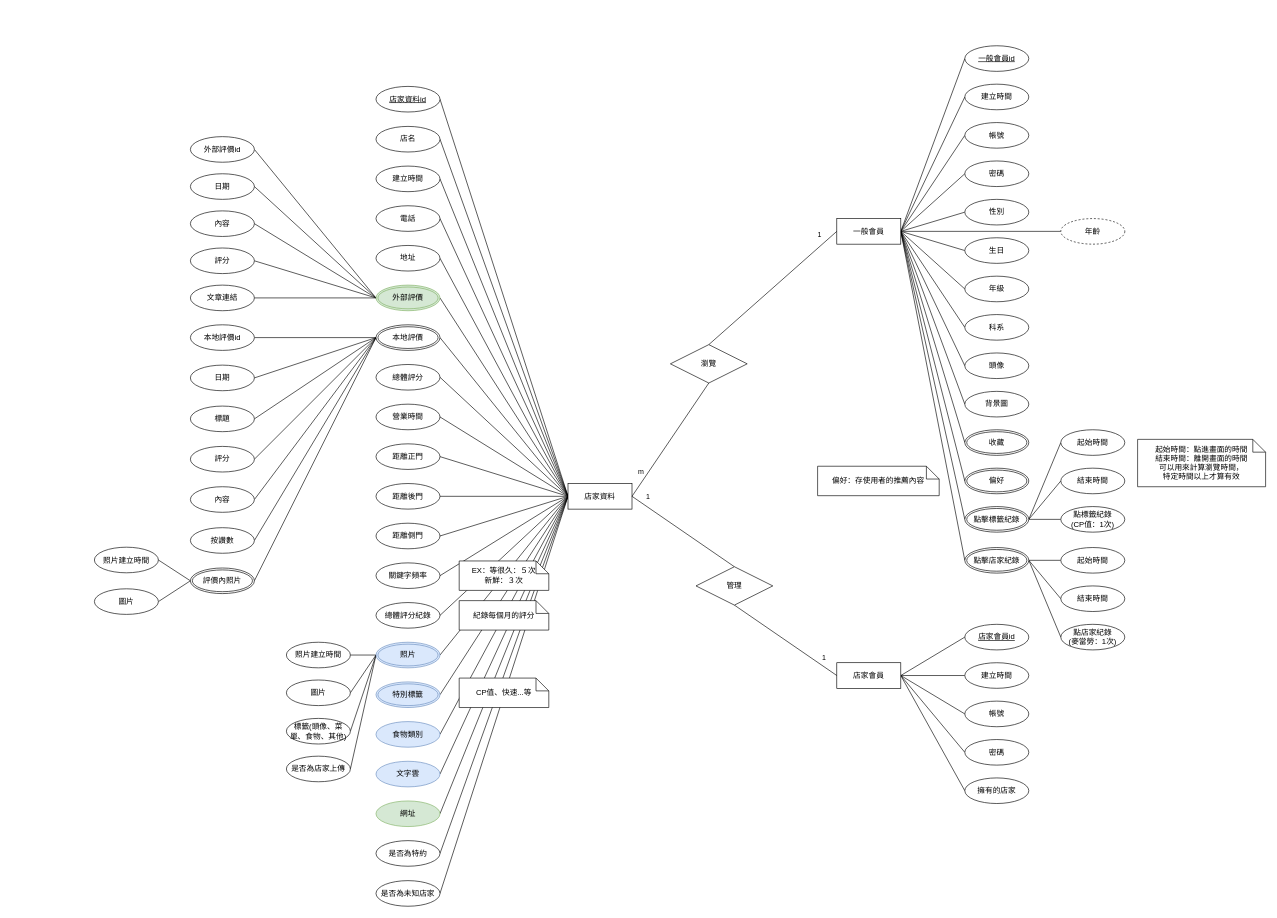
project-hungry-don-t-care-food/111402 keeps this draw.io diagram as 檔案繳交/資料庫/ERM/10846043_ERM.drawio. Above is the earlier version. Source tidied: cells renumbered, new cells numbered last; positions are measured from the earlier drawing's top-left corner, leaving out a move shared by most shapes. Both pictures are drawn from the tidied source at 64%, with x=0, y=0 at pixel (94, 45).
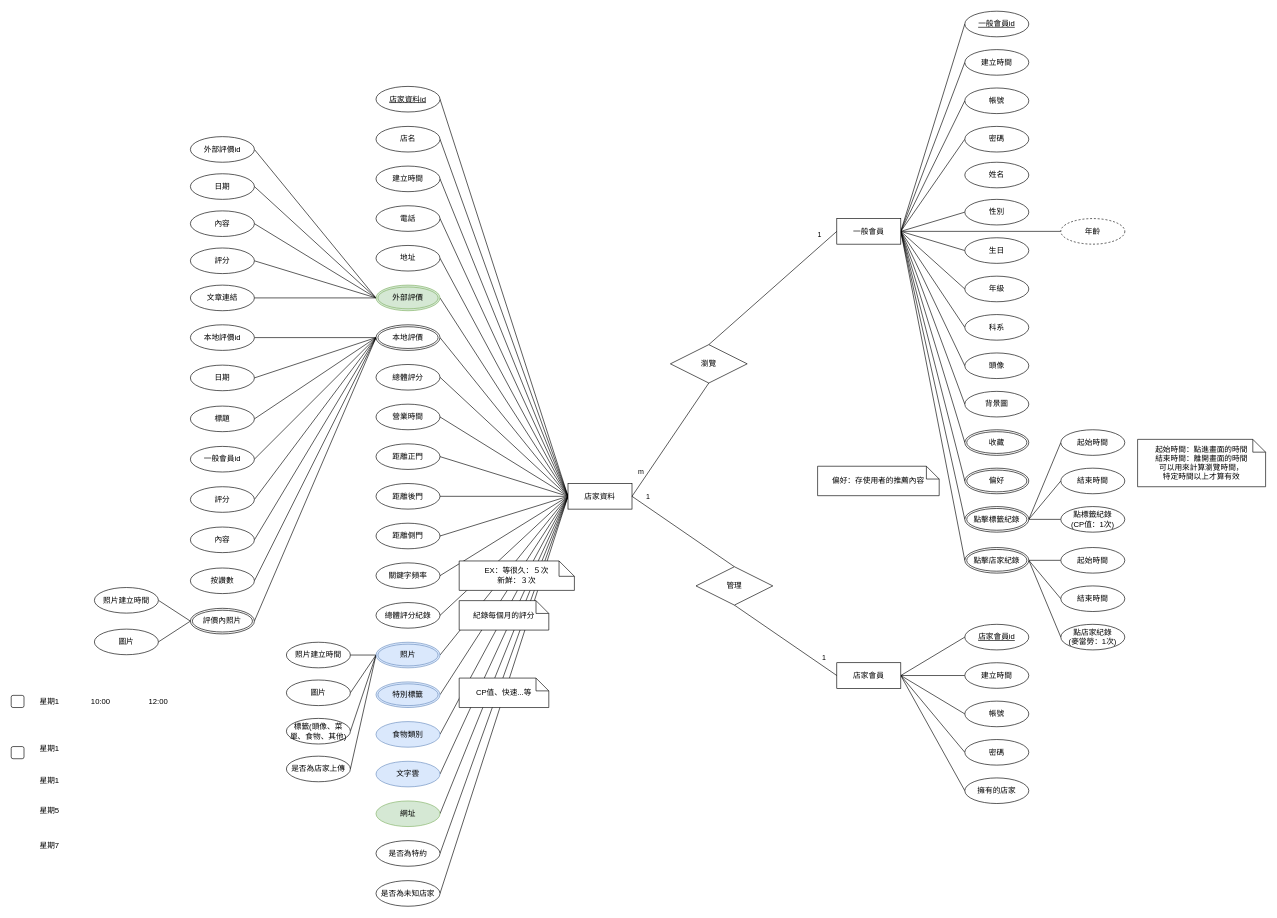
The same diagram, later.

Unchanged cells that the change refers to:
```xml
<mxCell id="103" value="本地評價" style="ellipse;shape=doubleEllipse;margin=3;whiteSpace=wrap;html=1;align=center;" parent="1" vertex="1">
  <mxGeometry x="440" y="436" width="100" height="40" as="geometry" />
</mxCell>
```

What changed in the source:
```diff
@@
     <mxCell id="59" value="密碼" style="ellipse;whiteSpace=wrap;html=1;align=center;flipV=1;flipH=1;" parent="1" vertex="1">
-      <mxGeometry x="1360" y="180" width="100" height="40" as="geometry" />
+      <mxGeometry x="1360" y="126" width="100" height="40" as="geometry" />
     </mxCell>
     <mxCell id="60" value="帳號" style="ellipse;whiteSpace=wrap;html=1;align=center;flipV=1;flipH=1;" parent="1" vertex="1">
-      <mxGeometry x="1360" y="120" width="100" height="40" as="geometry" />
+      <mxGeometry x="1360" y="66" width="100" height="40" as="geometry" />
     </mxCell>
@@
     <mxCell id="77" value="一般會員id" style="ellipse;whiteSpace=wrap;html=1;align=center;fontStyle=4;flipV=1;flipH=1;" parent="1" vertex="1">
-      <mxGeometry x="1360" width="100" height="40" as="geometry" />
+      <mxGeometry x="1360" y="-54" width="100" height="40" as="geometry" />
     </mxCell>
@@
     <mxCell id="85" value="建立時間" style="ellipse;whiteSpace=wrap;html=1;align=center;flipV=1;flipH=1;" parent="1" vertex="1">
-      <mxGeometry x="1360" y="60" width="100" height="40" as="geometry" />
+      <mxGeometry x="1360" y="6" width="100" height="40" as="geometry" />
     </mxCell>
@@
+    <mxCell id="146" style="rounded=0;jettySize=auto;html=1;exitX=0;exitY=0.5;exitDx=0;exitDy=0;entryX=1;entryY=0.5;entryDx=0;entryDy=0;endArrow=none;endFill=0;" parent="1" edge="1" source="103" target="157">
+      <mxGeometry relative="1" as="geometry" />
+    </mxCell>
@@
-    <mxCell id="116" value="日期" style="ellipse;whiteSpace=wrap;html=1;align=center;" parent="1" vertex="1">
+    <mxCell id="116" value="日期" style="ellipse;whiteSpace=wrap;html=1;align=center;flipV=0;" parent="1" vertex="1">
       <mxGeometry x="150" y="499" width="100" height="40" as="geometry" />
     </mxCell>
-    <mxCell id="117" value="內容" style="ellipse;whiteSpace=wrap;html=1;align=center;" parent="1" vertex="1">
-      <mxGeometry x="150" y="689" width="100" height="40" as="geometry" />
+    <mxCell id="117" value="內容" style="ellipse;whiteSpace=wrap;html=1;align=center;flipV=0;" parent="1" vertex="1">
+      <mxGeometry x="150" y="752" width="100" height="40" as="geometry" />
     </mxCell>
-    <mxCell id="118" value="本地評價id" style="ellipse;whiteSpace=wrap;html=1;align=center;" parent="1" vertex="1">
+    <mxCell id="118" value="本地評價id" style="ellipse;whiteSpace=wrap;html=1;align=center;flipV=0;" parent="1" vertex="1">
       <mxGeometry x="150" y="436" width="100" height="40" as="geometry" />
     </mxCell>
-    <mxCell id="119" value="標題" style="ellipse;whiteSpace=wrap;html=1;align=center;" parent="1" vertex="1">
+    <mxCell id="119" value="標題" style="ellipse;whiteSpace=wrap;html=1;align=center;flipV=0;" parent="1" vertex="1">
       <mxGeometry x="150" y="563" width="100" height="40" as="geometry" />
     </mxCell>
-    <mxCell id="120" value="按讚數" style="ellipse;whiteSpace=wrap;html=1;align=center;" parent="1" vertex="1">
-      <mxGeometry x="150" y="753" width="100" height="40" as="geometry" />
+    <mxCell id="120" value="按讚數" style="ellipse;whiteSpace=wrap;html=1;align=center;flipV=0;" parent="1" vertex="1">
+      <mxGeometry x="150" y="816" width="100" height="40" as="geometry" />
     </mxCell>
@@
-    <mxCell id="123" value="評價內照片" style="ellipse;shape=doubleEllipse;margin=3;whiteSpace=wrap;html=1;align=center;fontFamily=Helvetica;fontSize=12;" parent="1" vertex="1">
-      <mxGeometry x="150" y="816" width="100" height="40" as="geometry" />
+    <mxCell id="123" value="評價內照片" style="ellipse;shape=doubleEllipse;margin=3;whiteSpace=wrap;html=1;align=center;fontFamily=Helvetica;fontSize=12;flipV=0;" parent="1" vertex="1">
+      <mxGeometry x="150" y="879" width="100" height="40" as="geometry" />
     </mxCell>
     <mxCell id="124" value="圖片" style="ellipse;whiteSpace=wrap;html=1;align=center;" parent="1" vertex="1">
-      <mxGeometry y="848.5" width="100" height="40" as="geometry" />
+      <mxGeometry y="911.5" width="100" height="40" as="geometry" />
     </mxCell>
     <mxCell id="125" value="照片建立時間" style="ellipse;whiteSpace=wrap;html=1;align=center;" parent="1" vertex="1">
-      <mxGeometry y="783.5" width="100" height="40" as="geometry" />
+      <mxGeometry y="846.5" width="100" height="40" as="geometry" />
     </mxCell>
-    <mxCell id="126" value="評分" style="ellipse;whiteSpace=wrap;html=1;align=center;" parent="1" vertex="1">
-      <mxGeometry x="150" y="626" width="100" height="40" as="geometry" />
+    <mxCell id="126" value="評分" style="ellipse;whiteSpace=wrap;html=1;align=center;flipV=0;" parent="1" vertex="1">
+      <mxGeometry x="150" y="689" width="100" height="40" as="geometry" />
     </mxCell>
@@
-    <mxCell id="141" value="關鍵字頻率" style="ellipse;whiteSpace=wrap;html=1;align=center;" parent="1" vertex="1">
+    <mxCell id="141" value="關鍵字頻率" style="ellipse;whiteSpace=wrap;html=1;align=center;fontFamily=Helvetica;fontSize=12;fontColor=default;strokeColor=default;fillColor=default;" parent="1" vertex="1">
       <mxGeometry x="440" y="808" width="100" height="40" as="geometry" />
     </mxCell>
@@
-    <mxCell id="143" value="總體評分紀錄" style="ellipse;whiteSpace=wrap;html=1;align=center;" parent="1" vertex="1">
+    <mxCell id="143" value="總體評分紀錄" style="ellipse;whiteSpace=wrap;html=1;align=center;fontFamily=Helvetica;fontSize=12;fontColor=default;strokeColor=default;fillColor=default;" parent="1" vertex="1">
       <mxGeometry x="440" y="870" width="100" height="40" as="geometry" />
     </mxCell>
@@
-    <mxCell id="145" value="EX：等很久：５次&lt;br&gt;新鮮：３次" style="shape=note;size=20;whiteSpace=wrap;html=1;align=center;" parent="1" vertex="1">
-      <mxGeometry x="570" y="805" width="140" height="46" as="geometry" />
+    <mxCell id="145" value="EX：等很久：５次&lt;br&gt;新鮮：３次" style="shape=note;size=24;whiteSpace=wrap;html=1;align=center;" parent="1" vertex="1">
+      <mxGeometry x="570" y="805" width="180" height="46" as="geometry" />
     </mxCell>
+    <mxCell id="147" value="星期1" style="text;html=1;strokeColor=none;fillColor=none;align=center;verticalAlign=middle;whiteSpace=wrap;rounded=0;" parent="1" vertex="1">
+      <mxGeometry x="-100" y="1010" width="60" height="30" as="geometry" />
+    </mxCell>
+    <mxCell id="148" value="星期1" style="text;html=1;strokeColor=none;fillColor=none;align=center;verticalAlign=middle;whiteSpace=wrap;rounded=0;" parent="1" vertex="1">
+      <mxGeometry x="-100" y="1084" width="60" height="30" as="geometry" />
+    </mxCell>
+    <mxCell id="149" value="星期1" style="text;html=1;strokeColor=none;fillColor=none;align=center;verticalAlign=middle;whiteSpace=wrap;rounded=0;" parent="1" vertex="1">
+      <mxGeometry x="-100" y="1133" width="60" height="30" as="geometry" />
+    </mxCell>
+    <mxCell id="150" value="星期5" style="text;html=1;strokeColor=none;fillColor=none;align=center;verticalAlign=middle;whiteSpace=wrap;rounded=0;" parent="1" vertex="1">
+      <mxGeometry x="-100" y="1181" width="60" height="30" as="geometry" />
+    </mxCell>
+    <mxCell id="151" value="星期7" style="text;html=1;strokeColor=none;fillColor=none;align=center;verticalAlign=middle;whiteSpace=wrap;rounded=0;" parent="1" vertex="1">
+      <mxGeometry x="-100" y="1235" width="60" height="30" as="geometry" />
+    </mxCell>
+    <mxCell id="152" value="10:00" style="text;html=1;strokeColor=none;fillColor=none;align=center;verticalAlign=middle;whiteSpace=wrap;rounded=0;" parent="1" vertex="1">
+      <mxGeometry x="-20" y="1010" width="60" height="30" as="geometry" />
+    </mxCell>
+    <mxCell id="153" value="12:00" style="text;html=1;strokeColor=none;fillColor=none;align=center;verticalAlign=middle;whiteSpace=wrap;rounded=0;" parent="1" vertex="1">
+      <mxGeometry x="70" y="1010" width="60" height="30" as="geometry" />
+    </mxCell>
+    <mxCell id="154" style="rounded=1;whiteSpace=wrap;html=1;" parent="1" vertex="1">
+      <mxGeometry x="-130" y="1015" width="20" height="19" as="geometry" />
+    </mxCell>
+    <mxCell id="155" style="rounded=1;whiteSpace=wrap;html=1;" parent="1" vertex="1">
+      <mxGeometry x="-130" y="1095" width="20" height="19" as="geometry" />
+    </mxCell>
+    <mxCell id="156" value="姓名" style="ellipse;whiteSpace=wrap;html=1;align=center;flipV=1;flipH=1;" parent="1" vertex="1">
+      <mxGeometry x="1360" y="182" width="100" height="40" as="geometry" />
+    </mxCell>
+    <mxCell id="157" value="一般會員id" style="ellipse;whiteSpace=wrap;html=1;align=center;flipV=0;" parent="1" vertex="1">
+      <mxGeometry x="150" y="626" width="100" height="40" as="geometry" />
+    </mxCell>
```
